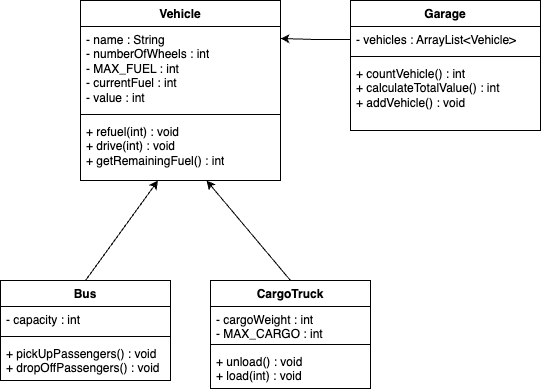
TDD66/PolymorphismLab keeps this draw.io diagram as Diagram.drawio.png. Above is the earlier version. Source tidied: cells renumbered, new cells last; positions are measured from the earlier drawing's top-left corner, leaving out a move shared by most shapes.
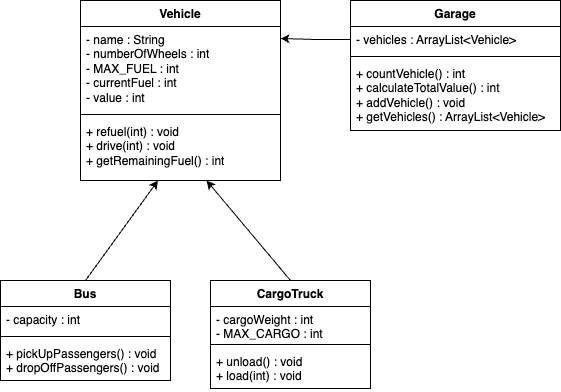
The same diagram one commit later.

Change to the diagram source:
```diff
@@ -15,16 +15,16 @@
       <mxGeometry y="118" width="200" height="62" as="geometry" />
     </mxCell>
     <mxCell id="6" value="Garage" style="swimlane;fontStyle=1;align=center;verticalAlign=top;horizontal=1;startSize=26;whiteSpace=wrap;html=1;" parent="1" vertex="1">
-      <mxGeometry x="350" width="190" height="130" as="geometry" />
+      <mxGeometry x="350" width="210" height="130" as="geometry" />
     </mxCell>
     <mxCell id="7" value="- vehicles : ArrayList&amp;lt;Vehicle&amp;gt;" style="text;strokeColor=none;fillColor=none;align=left;verticalAlign=top;spacingLeft=4;spacingRight=4;overflow=hidden;points=[[0,0.5],[1,0.5]];portConstraint=eastwest;whiteSpace=wrap;html=1;" parent="6" vertex="1">
-      <mxGeometry y="26" width="190" height="26" as="geometry" />
+      <mxGeometry y="26" width="210" height="26" as="geometry" />
     </mxCell>
     <mxCell id="8" style="line;strokeWidth=1;fillColor=none;align=left;verticalAlign=middle;spacingTop=-1;spacingLeft=3;spacingRight=3;labelPosition=right;strokeColor=inherit;" parent="6" vertex="1">
-      <mxGeometry y="52" width="190" height="8" as="geometry" />
+      <mxGeometry y="52" width="210" height="8" as="geometry" />
     </mxCell>
-    <mxCell id="9" value="+ countVehicle() : int&lt;br&gt;+ calculateTotalValue() : int&lt;br&gt;+ addVehicle() : void" style="text;strokeColor=none;fillColor=none;align=left;verticalAlign=top;spacingLeft=4;spacingRight=4;overflow=hidden;whiteSpace=wrap;html=1;" parent="6" vertex="1">
-      <mxGeometry y="60" width="190" height="70" as="geometry" />
+    <mxCell id="9" value="+ countVehicle() : int&lt;br&gt;+ calculateTotalValue() : int&lt;br&gt;+ addVehicle() : void&lt;br&gt;+ getVehicles() : ArrayList&amp;lt;Vehicle&amp;gt;" style="text;strokeColor=none;fillColor=none;align=left;verticalAlign=top;spacingLeft=4;spacingRight=4;overflow=hidden;whiteSpace=wrap;html=1;" parent="6" vertex="1">
+      <mxGeometry y="60" width="210" height="70" as="geometry" />
     </mxCell>
     <mxCell id="10" value="Bus" style="swimlane;fontStyle=1;align=center;verticalAlign=top;horizontal=1;startSize=26;whiteSpace=wrap;html=1;" parent="1" vertex="1">
       <mxGeometry y="280" width="170" height="100" as="geometry" />
```
